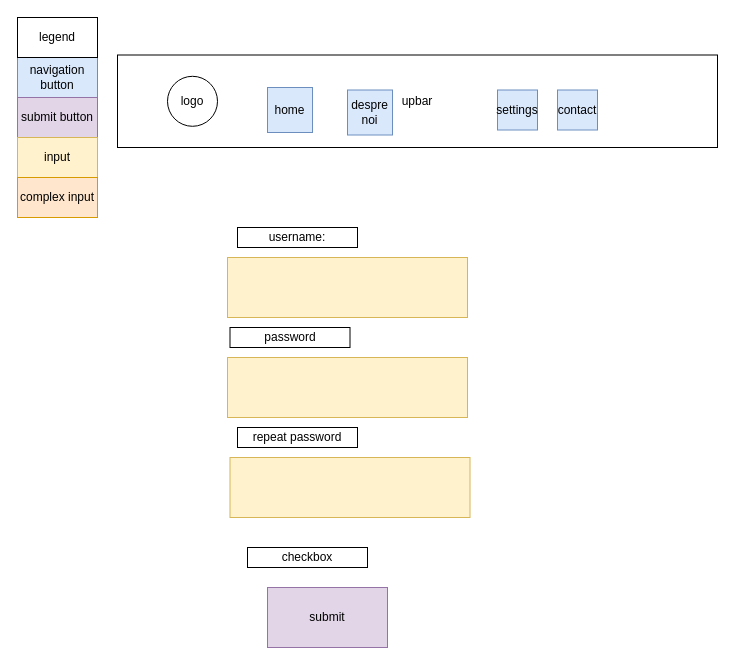
Earlier version of the draw.io diagram page "register.page" (2 of 8) of docs/design/design.drawio (Ioan-Alexandru96/wellness-app). Source tidied: cells renumbered, new cells numbered last; positions are measured from the earlier drawing's top-left corner, leaving out a move shared by most shapes. Both pictures are drawn from the tidied source at 100%, with x=0, y=0 at pixel (17, 17).
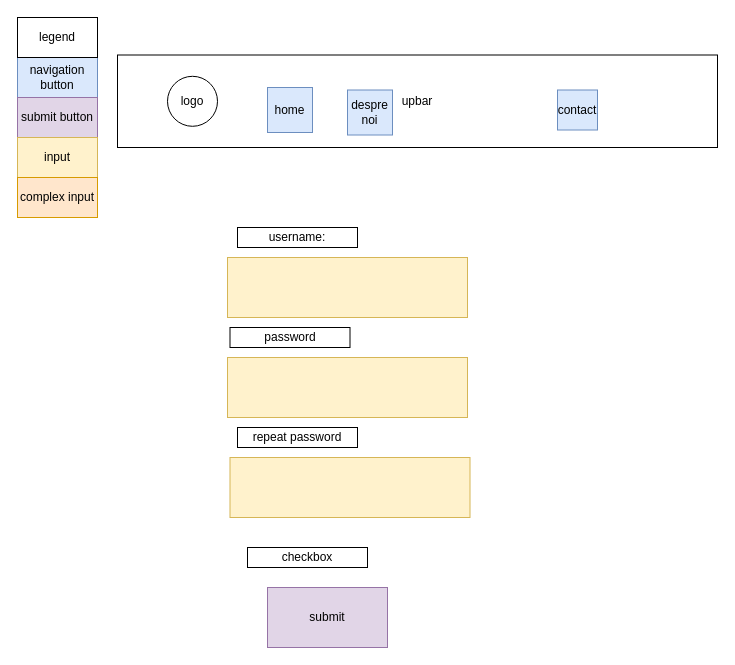
The same diagram, later.

Diff of the diagram source:
```diff
@@
-    <mxCell id="14" value="settings&lt;br&gt;" style="whiteSpace=wrap;html=1;fillColor=#dae8fc;strokeColor=#6c8ebf;" parent="1" vertex="1">
-      <mxGeometry x="480" y="72.5" width="40" height="40" as="geometry" />
-    </mxCell>
```
